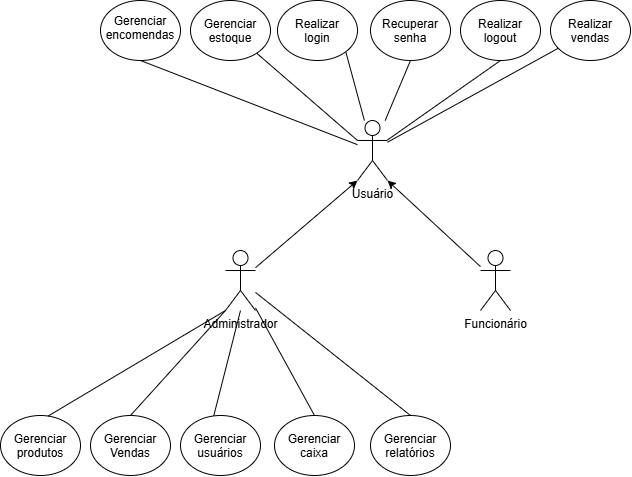
This is SCCP DOCUMENTAÇÃO ES2N/SCCP DIAGRAMAS/Diagrama casos de uso SCCP.drawio (1).png from igoruiehara/SCCP, a draw.io export, as it was before one commit. Source tidied: cells renumbered, new cells last; positions are measured from the earlier drawing's top-left corner, leaving out a move shared by most shapes.
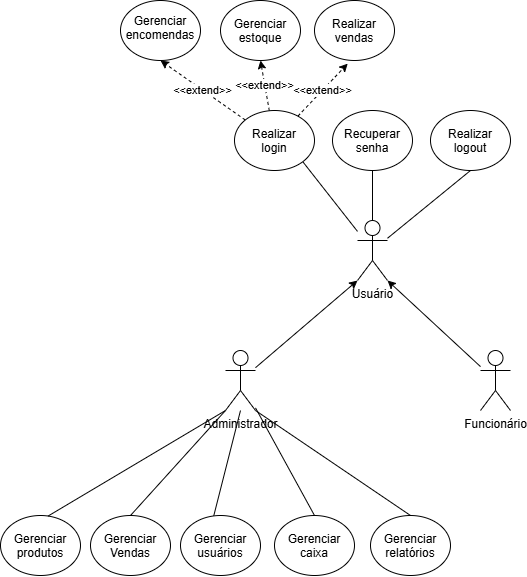
The same file after the commit.

The edit, as a diff of the source:
```diff
@@ -28,12 +28,6 @@
     <mxCell id="9" style="rounded=0;jettySize=auto;html=1;entryX=0.5;entryY=1;entryDx=0;entryDy=0;endArrow=none;endFill=0;" parent="1" edge="1" source="12" target="16">
       <mxGeometry relative="1" as="geometry" />
     </mxCell>
-    <mxCell id="10" style="rounded=0;jettySize=auto;html=1;endArrow=none;endFill=0;" parent="1" edge="1" source="12" target="22">
-      <mxGeometry relative="1" as="geometry" />
-    </mxCell>
-    <mxCell id="11" style="rounded=0;jettySize=auto;html=1;entryX=0.5;entryY=1;entryDx=0;entryDy=0;endArrow=none;endFill=0;" parent="1" edge="1" source="12" target="26">
-      <mxGeometry relative="1" as="geometry" />
-    </mxCell>
     <mxCell id="12" value="Usuário" style="shape=umlActor;verticalLabelPosition=bottom;verticalAlign=top;html=1;outlineConnect=0;" parent="1" vertex="1">
       <mxGeometry x="357" y="120" width="30" height="60" as="geometry" />
     </mxCell>
@@ -43,14 +37,20 @@
     <mxCell id="14" style="rounded=0;jettySize=auto;html=1;entryX=1;entryY=1;entryDx=0;entryDy=0;entryPerimeter=0;" parent="1" edge="1" source="6" target="12">
       <mxGeometry relative="1" as="geometry" />
     </mxCell>
+    <mxCell id="29" value="&amp;lt;&amp;lt;extend&amp;gt;&amp;gt;" style="rounded=0;jettySize=auto;html=1;entryX=0.5;entryY=1;entryDx=0;entryDy=0;defaultLabelBackgroundColor=page;dashed=1;" parent="1" edge="1" source="15" target="26">
+      <mxGeometry relative="1" as="geometry" />
+    </mxCell>
+    <mxCell id="30" value="&amp;lt;&amp;lt;extend&amp;gt;&amp;gt;" style="rounded=0;jettySize=auto;html=1;entryX=0.5;entryY=1;entryDx=0;entryDy=0;defaultLabelBackgroundColor=page;dashed=1;" parent="1" edge="1" source="15" target="24">
+      <mxGeometry relative="1" as="geometry" />
+    </mxCell>
     <mxCell id="15" value="Realizar login" style="ellipse;whiteSpace=wrap;html=1;shapeInside=1;" parent="1" vertex="1">
-      <mxGeometry x="277" width="80" height="60" as="geometry" />
+      <mxGeometry x="234" y="10" width="80" height="60" as="geometry" />
     </mxCell>
     <mxCell id="16" value="&lt;div&gt;Realizar logout&lt;/div&gt;" style="ellipse;whiteSpace=wrap;html=1;shapeInside=1;" parent="1" vertex="1">
-      <mxGeometry x="460" width="80" height="60" as="geometry" />
+      <mxGeometry x="430" y="10" width="80" height="60" as="geometry" />
     </mxCell>
     <mxCell id="17" value="Recuperar senha" style="ellipse;whiteSpace=wrap;html=1;shapeInside=1;" parent="1" vertex="1">
-      <mxGeometry x="370" width="80" height="60" as="geometry" />
+      <mxGeometry x="332" y="10" width="80" height="60" as="geometry" />
     </mxCell>
     <mxCell id="18" value="Gerenciar relatórios" style="ellipse;whiteSpace=wrap;html=1;shapeInside=1;" parent="1" vertex="1">
       <mxGeometry x="370" y="415" width="80" height="60" as="geometry" />
@@ -65,19 +65,16 @@
       <mxGeometry x="274" y="415" width="80" height="60" as="geometry" />
     </mxCell>
     <mxCell id="22" value="&lt;div&gt;Realizar vendas&lt;/div&gt;" style="ellipse;whiteSpace=wrap;html=1;shapeInside=1;" parent="1" vertex="1">
-      <mxGeometry x="550" width="80" height="60" as="geometry" />
+      <mxGeometry x="314" y="-100" width="80" height="60" as="geometry" />
     </mxCell>
-    <mxCell id="23" style="rounded=0;jettySize=auto;html=1;entryX=0.5;entryY=0;entryDx=0;entryDy=0;endArrow=none;endFill=0;" parent="1" edge="1" source="5" target="18">
+    <mxCell id="23" style="rounded=0;jettySize=auto;html=1;entryX=0.5;entryY=0;entryDx=0;entryDy=0;endArrow=none;endFill=0;exitX=1;exitY=1;exitDx=0;exitDy=0;exitPerimeter=0;" parent="1" edge="1" source="5" target="18">
       <mxGeometry relative="1" as="geometry" />
     </mxCell>
     <mxCell id="24" value="Gerenciar estoque" style="ellipse;whiteSpace=wrap;html=1;shapeInside=1;" parent="1" vertex="1">
-      <mxGeometry x="190" width="80" height="60" as="geometry" />
+      <mxGeometry x="220" y="-100" width="80" height="60" as="geometry" />
     </mxCell>
-    <mxCell id="25" style="rounded=0;jettySize=auto;html=1;entryX=0;entryY=0.3333333333333333;entryDx=0;entryDy=0;entryPerimeter=0;endArrow=none;endFill=0;" parent="1" edge="1" source="24" target="12">
-      <mxGeometry relative="1" as="geometry" />
-    </mxCell>
     <mxCell id="26" value="Gerenciar encomendas" style="ellipse;whiteSpace=wrap;html=1;shapeInside=1;" parent="1" vertex="1">
-      <mxGeometry x="100" width="80" height="60" as="geometry" />
+      <mxGeometry x="120" y="-100" width="80" height="60" as="geometry" />
     </mxCell>
     <mxCell id="27" value="Gerenciar produtos" style="ellipse;whiteSpace=wrap;html=1;shapeInside=1;" parent="1" vertex="1">
       <mxGeometry y="415" width="80" height="60" as="geometry" />
@@ -85,5 +82,8 @@
     <mxCell id="28" style="rounded=0;jettySize=auto;html=1;endArrow=none;endFill=0;entryX=0.595;entryY=0.009;entryDx=0;entryDy=0;exitX=0;exitY=1;exitDx=0;exitDy=0;exitPerimeter=0;entryPerimeter=0;" parent="1" edge="1" source="5" target="27">
       <mxGeometry relative="1" as="geometry" />
     </mxCell>
+    <mxCell id="31" value="&amp;lt;&amp;lt;extend&amp;gt;&amp;gt;" style="rounded=0;jettySize=auto;html=1;entryX=0.415;entryY=1.052;entryDx=0;entryDy=0;entryPerimeter=0;defaultLabelBackgroundColor=page;dashed=1;" parent="1" edge="1" source="15" target="22">
+      <mxGeometry relative="1" as="geometry" />
+    </mxCell>
   </root>
 </mxGraphModel>
```
